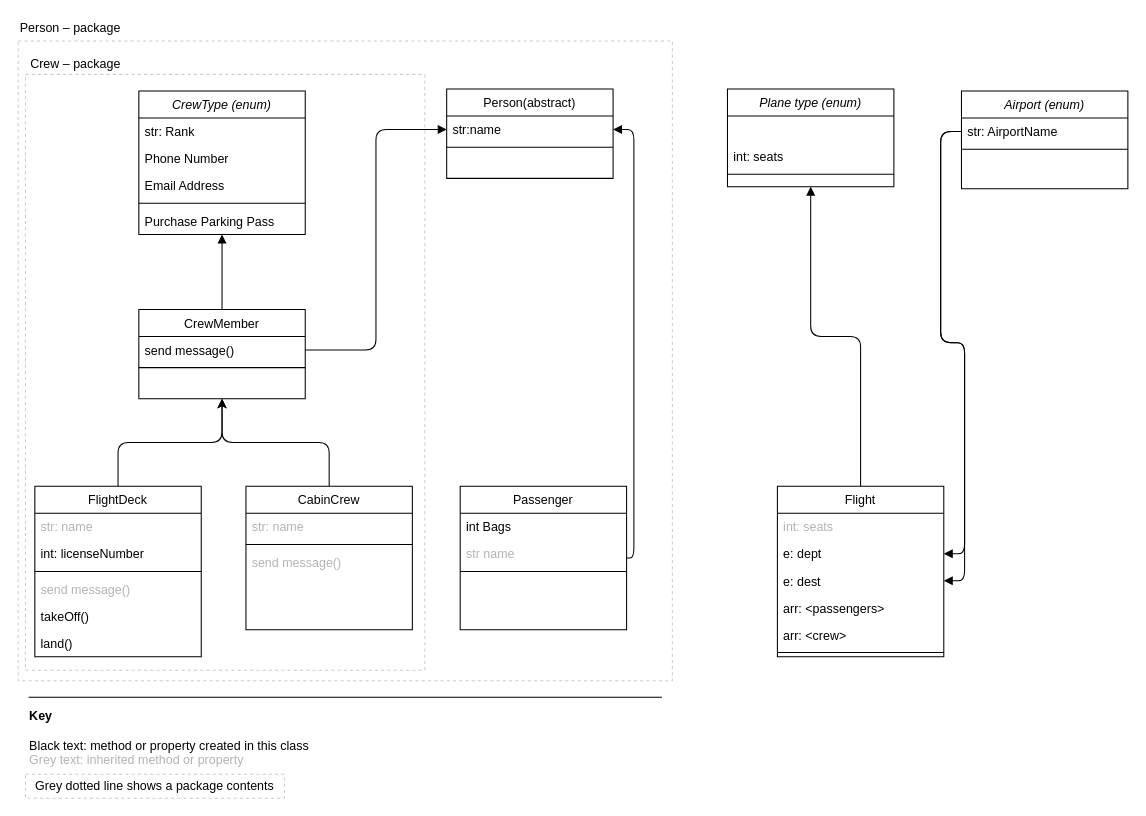
The draw.io diagram planning/javaAir-classes.drawio in emcog/JavaAirlines, before the edit. Source tidied: cells renumbered, new cells numbered last; positions are measured from the earlier drawing's top-left corner, leaving out a move shared by most shapes. Both pictures are drawn from the tidied source at 104%, with x=0, y=0 at pixel (18, 18).
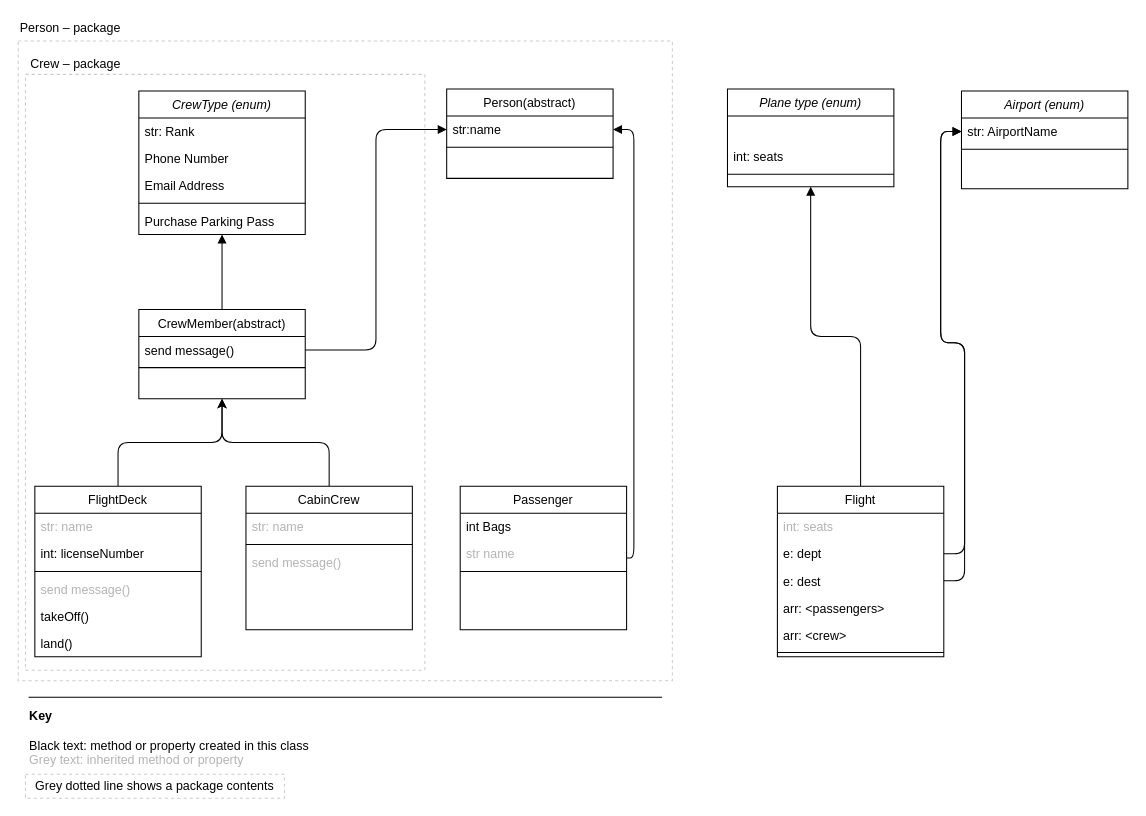
The same diagram, later.

Unchanged cells that the change refers to:
```xml
<mxCell id="43" value="e: dept" style="text;align=left;verticalAlign=top;spacingLeft=4;spacingRight=4;overflow=hidden;points=[[0,0.5],[1,0.5]];portConstraint=eastwest;rounded=0;shadow=0;html=0;" parent="41" vertex="1">
  <mxGeometry y="52" width="160" height="26" as="geometry" />
</mxCell>
<mxCell id="44" value="e: dest" style="text;align=left;verticalAlign=top;spacingLeft=4;spacingRight=4;overflow=hidden;points=[[0,0.5],[1,0.5]];portConstraint=eastwest;rounded=0;shadow=0;html=0;" parent="41" vertex="1">
  <mxGeometry y="78" width="160" height="26" as="geometry" />
</mxCell>
<mxCell id="53" value="str: AirportName" style="text;align=left;verticalAlign=top;spacingLeft=4;spacingRight=4;overflow=hidden;points=[[0,0.5],[1,0.5]];portConstraint=eastwest;" parent="52" vertex="1">
  <mxGeometry y="26" width="160" height="26" as="geometry" />
</mxCell>
```

The edit, as a diff of the source:
```diff
@@
-    <mxCell id="10" value="CrewMember" style="swimlane;fontStyle=0;align=center;verticalAlign=top;horizontal=1;startSize=26;rounded=0;shadow=0;strokeWidth=1;" parent="1" vertex="1">
+    <mxCell id="10" value="CrewMember(abstract)" style="swimlane;fontStyle=0;align=center;verticalAlign=top;horizontal=1;startSize=26;rounded=0;shadow=0;strokeWidth=1;" parent="1" vertex="1">
       <mxGeometry x="116" y="280" width="160" height="86" as="geometry" />
     </mxCell>
@@
-    <mxCell id="55" style="edgeStyle=orthogonalEdgeStyle;rounded=1;jettySize=auto;html=1;endArrow=block;endFill=1;fontColor=none;" parent="1" edge="1" source="53" target="43">
-      <mxGeometry relative="1" as="geometry" />
-    </mxCell>
-    <mxCell id="56" style="edgeStyle=orthogonalEdgeStyle;rounded=1;jettySize=auto;html=1;endArrow=block;endFill=1;fontColor=none;exitX=0;exitY=0.5;exitDx=0;exitDy=0;" parent="1" edge="1" source="53" target="44">
-      <mxGeometry relative="1" as="geometry">
-        <Array as="points">
-          <mxPoint x="887" y="109" />
-          <mxPoint x="887" y="312" />
-          <mxPoint x="910" y="312" />
-          <mxPoint x="910" y="541" />
-        </Array>
-      </mxGeometry>
-    </mxCell>
@@
+    <mxCell id="58" style="edgeStyle=orthogonalEdgeStyle;rounded=1;jettySize=auto;html=1;entryX=0;entryY=0.5;entryDx=0;entryDy=0;endArrow=block;endFill=1;fontColor=#000000;" parent="1" edge="1" source="43" target="53">
+      <mxGeometry relative="1" as="geometry" />
+    </mxCell>
+    <mxCell id="59" style="edgeStyle=orthogonalEdgeStyle;rounded=1;jettySize=auto;html=1;entryX=0;entryY=0.5;entryDx=0;entryDy=0;endArrow=block;endFill=1;fontColor=#000000;" parent="1" edge="1" source="44" target="53">
+      <mxGeometry relative="1" as="geometry">
+        <Array as="points">
+          <mxPoint x="910" y="541" />
+          <mxPoint x="910" y="312" />
+          <mxPoint x="887" y="312" />
+          <mxPoint x="887" y="109" />
+        </Array>
+      </mxGeometry>
+    </mxCell>
```
